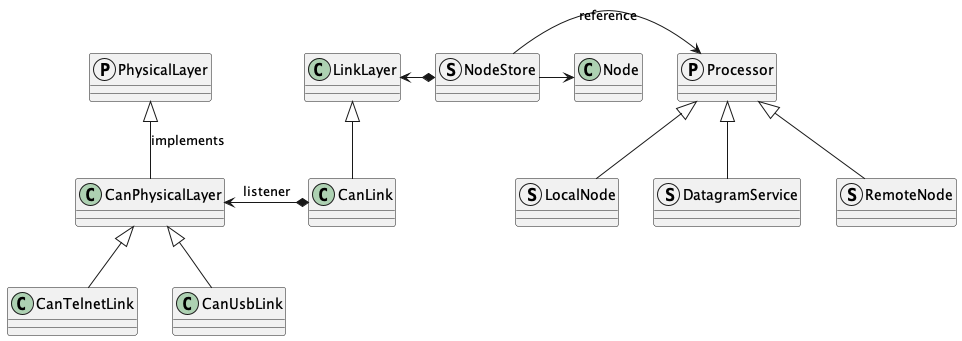
Above: Classes.png in bobjacobsen/OpenlcbLibrary (PlantUML), before the change.
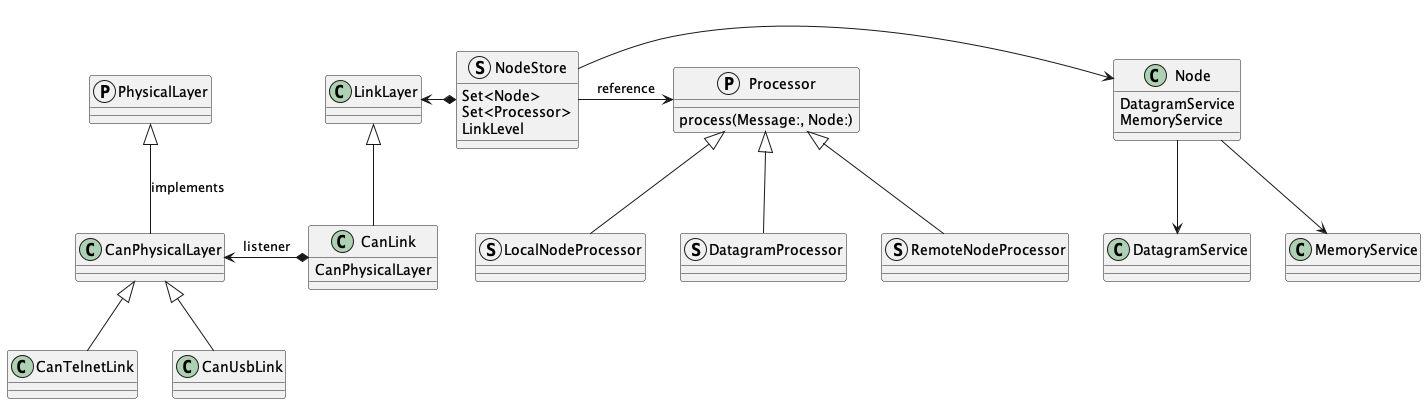
After the change.

Commit message:
Update class diagrams to actual

The edit, as a diff of the source:
```diff
@@ -9,19 +9,32 @@
 LinkLayer <|-- CanLink
 
 CanLink *-l-> CanPhysicalLayer : listener
-
+CanLink : CanPhysicalLayer
 
 protocol Processor
-struct RemoteNode
-struct LocalNode
-struct DatagramService
-Processor <|-- RemoteNode
-Processor <|-- LocalNode
-Processor <|-- DatagramService
+Processor : process(Message:, Node:)
+
+struct RemoteNodeProcessor
+struct LocalNodeProcessor
+struct DatagramProcessor
+Processor <|-- RemoteNodeProcessor
+Processor <|-- LocalNodeProcessor
+Processor <|-- DatagramProcessor
 
 class Node
+Node : DatagramService
+Node : MemoryService
+
 struct NodeStore
+NodeStore : Set<Node>
+NodeStore : Set<Processor>
+NodeStore : LinkLevel
 
+Node --> DatagramService
+Node --> MemoryService
+
+class DatagramService
+class MemoryService
 
 NodeStore *-l-> LinkLayer
 NodeStore -r-> Node
```
